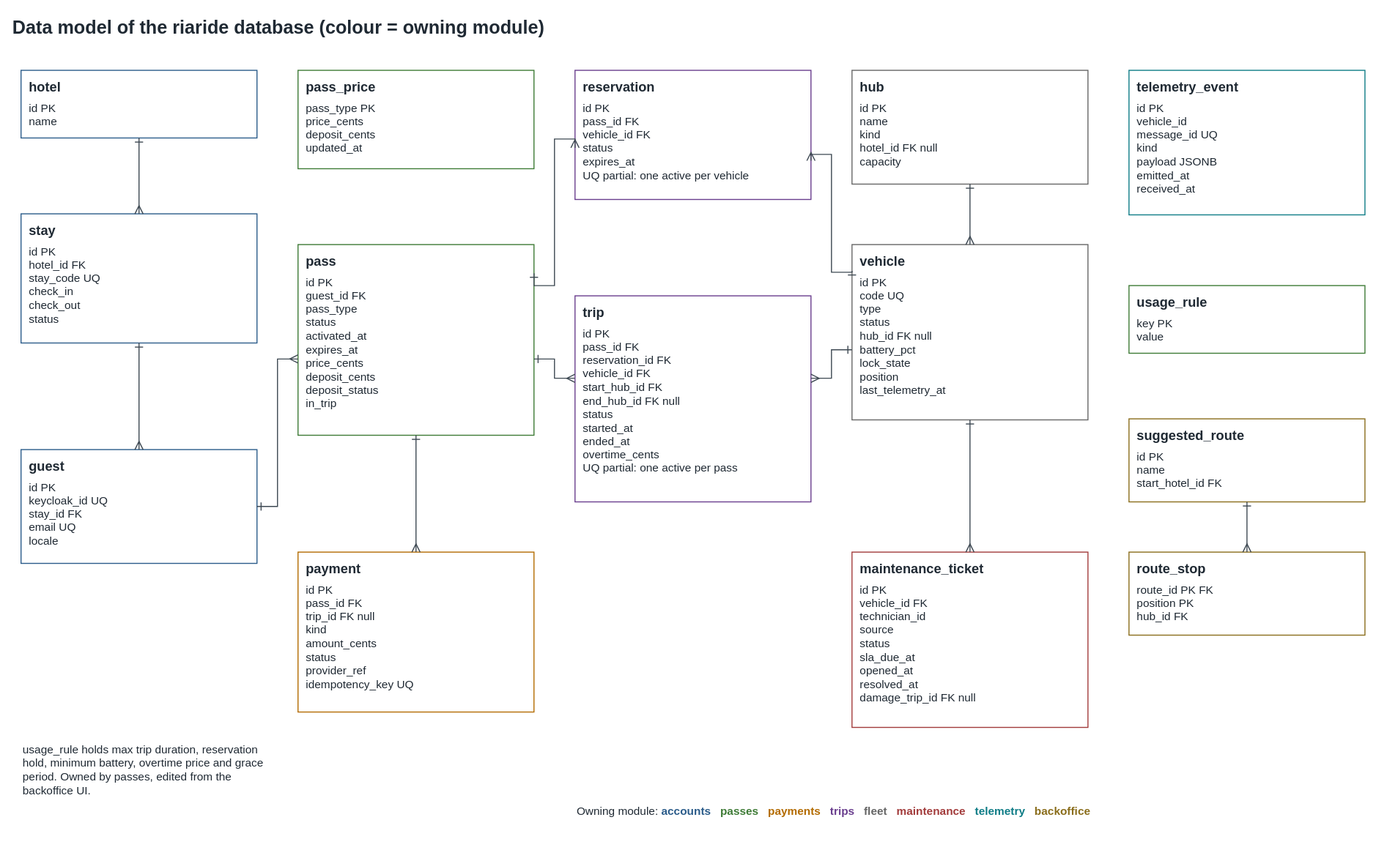
Earlier version of the draw.io export docs/architecture/diagrams/04-data-model.drawio.svg (TQS-RiaRide/RIARide). Source tidied: cells renumbered, new cells last; positions are measured from the earlier drawing's top-left corner, leaving out a move shared by most shapes. Its diagram source:
```xml
<mxGraphModel background="#FFFFFF">
  <root>
    <mxCell id="0" />
    <mxCell id="1" parent="0" />
    <mxCell id="2" value="Data model of the riaride database (colour = owning module)" style="html=1;whiteSpace=wrap;fontFamily=Helvetica;fontSize=12;fontColor=#1F2933;text;fillColor=none;strokeColor=none;align=left;fontSize=18;fontStyle=1;" parent="1" vertex="1">
      <mxGeometry width="1320" height="34" as="geometry" />
    </mxCell>
    <mxCell id="3" value="&lt;b style='font-size:13px'&gt;hotel&lt;/b&gt;&lt;div style='height:6px'&gt;&lt;/div&gt;id PK&lt;br&gt;name" style="html=1;whiteSpace=wrap;fontFamily=Helvetica;fontSize=12;fontColor=#1F2933;rounded=0;align=left;verticalAlign=top;spacingLeft=6;spacingTop=2;fontSize=11;fillColor=#FFFFFF;strokeColor=#2B5C8A;" parent="1" vertex="1">
      <mxGeometry x="10" y="58" width="230" height="66" as="geometry" />
    </mxCell>
    <mxCell id="4" value="&lt;b style='font-size:13px'&gt;stay&lt;/b&gt;&lt;div style='height:6px'&gt;&lt;/div&gt;id PK&lt;br&gt;hotel_id FK&lt;br&gt;stay_code UQ&lt;br&gt;check_in&lt;br&gt;check_out&lt;br&gt;status" style="html=1;whiteSpace=wrap;fontFamily=Helvetica;fontSize=12;fontColor=#1F2933;rounded=0;align=left;verticalAlign=top;spacingLeft=6;spacingTop=2;fontSize=11;fillColor=#FFFFFF;strokeColor=#2B5C8A;" parent="1" vertex="1">
      <mxGeometry x="10" y="198" width="230" height="126" as="geometry" />
    </mxCell>
    <mxCell id="5" value="&lt;b style='font-size:13px'&gt;guest&lt;/b&gt;&lt;div style='height:6px'&gt;&lt;/div&gt;id PK&lt;br&gt;keycloak_id UQ&lt;br&gt;stay_id FK&lt;br&gt;email UQ&lt;br&gt;locale" style="html=1;whiteSpace=wrap;fontFamily=Helvetica;fontSize=12;fontColor=#1F2933;rounded=0;align=left;verticalAlign=top;spacingLeft=6;spacingTop=2;fontSize=11;fillColor=#FFFFFF;strokeColor=#2B5C8A;" parent="1" vertex="1">
      <mxGeometry x="10" y="428" width="230" height="111" as="geometry" />
    </mxCell>
    <mxCell id="6" value="&lt;b style='font-size:13px'&gt;pass_price&lt;/b&gt;&lt;div style='height:6px'&gt;&lt;/div&gt;pass_type PK&lt;br&gt;price_cents&lt;br&gt;deposit_cents&lt;br&gt;updated_at" style="html=1;whiteSpace=wrap;fontFamily=Helvetica;fontSize=12;fontColor=#1F2933;rounded=0;align=left;verticalAlign=top;spacingLeft=6;spacingTop=2;fontSize=11;fillColor=#FFFFFF;strokeColor=#3E7B36;" parent="1" vertex="1">
      <mxGeometry x="280" y="58" width="230" height="96" as="geometry" />
    </mxCell>
    <mxCell id="7" value="&lt;b style='font-size:13px'&gt;pass&lt;/b&gt;&lt;div style='height:6px'&gt;&lt;/div&gt;id PK&lt;br&gt;guest_id FK&lt;br&gt;pass_type&lt;br&gt;status&lt;br&gt;activated_at&lt;br&gt;expires_at&lt;br&gt;price_cents&lt;br&gt;deposit_cents&lt;br&gt;deposit_status&lt;br&gt;in_trip" style="html=1;whiteSpace=wrap;fontFamily=Helvetica;fontSize=12;fontColor=#1F2933;rounded=0;align=left;verticalAlign=top;spacingLeft=6;spacingTop=2;fontSize=11;fillColor=#FFFFFF;strokeColor=#3E7B36;" parent="1" vertex="1">
      <mxGeometry x="280" y="228" width="230" height="186" as="geometry" />
    </mxCell>
    <mxCell id="8" value="&lt;b style='font-size:13px'&gt;payment&lt;/b&gt;&lt;div style='height:6px'&gt;&lt;/div&gt;id PK&lt;br&gt;pass_id FK&lt;br&gt;trip_id FK null&lt;br&gt;kind&lt;br&gt;amount_cents&lt;br&gt;status&lt;br&gt;provider_ref&lt;br&gt;idempotency_key UQ" style="html=1;whiteSpace=wrap;fontFamily=Helvetica;fontSize=12;fontColor=#1F2933;rounded=0;align=left;verticalAlign=top;spacingLeft=6;spacingTop=2;fontSize=11;fillColor=#FFFFFF;strokeColor=#B36B00;" parent="1" vertex="1">
      <mxGeometry x="280" y="528" width="230" height="156" as="geometry" />
    </mxCell>
    <mxCell id="9" value="&lt;b style='font-size:13px'&gt;reservation&lt;/b&gt;&lt;div style='height:6px'&gt;&lt;/div&gt;id PK&lt;br&gt;pass_id FK&lt;br&gt;vehicle_id FK&lt;br&gt;status&lt;br&gt;expires_at&lt;br&gt;UQ partial: one active per vehicle" style="html=1;whiteSpace=wrap;fontFamily=Helvetica;fontSize=12;fontColor=#1F2933;rounded=0;align=left;verticalAlign=top;spacingLeft=6;spacingTop=2;fontSize=11;fillColor=#FFFFFF;strokeColor=#6A3E8E;" parent="1" vertex="1">
      <mxGeometry x="550" y="58" width="230" height="126" as="geometry" />
    </mxCell>
    <mxCell id="10" value="&lt;b style='font-size:13px'&gt;trip&lt;/b&gt;&lt;div style='height:6px'&gt;&lt;/div&gt;id PK&lt;br&gt;pass_id FK&lt;br&gt;reservation_id FK&lt;br&gt;vehicle_id FK&lt;br&gt;start_hub_id FK&lt;br&gt;end_hub_id FK null&lt;br&gt;status&lt;br&gt;started_at&lt;br&gt;ended_at&lt;br&gt;overtime_cents&lt;br&gt;UQ partial: one active per pass" style="html=1;whiteSpace=wrap;fontFamily=Helvetica;fontSize=12;fontColor=#1F2933;rounded=0;align=left;verticalAlign=top;spacingLeft=6;spacingTop=2;fontSize=11;fillColor=#FFFFFF;strokeColor=#6A3E8E;" parent="1" vertex="1">
      <mxGeometry x="550" y="278" width="230" height="201" as="geometry" />
    </mxCell>
    <mxCell id="11" value="&lt;b style='font-size:13px'&gt;hub&lt;/b&gt;&lt;div style='height:6px'&gt;&lt;/div&gt;id PK&lt;br&gt;name&lt;br&gt;kind&lt;br&gt;hotel_id FK null&lt;br&gt;capacity" style="html=1;whiteSpace=wrap;fontFamily=Helvetica;fontSize=12;fontColor=#1F2933;rounded=0;align=left;verticalAlign=top;spacingLeft=6;spacingTop=2;fontSize=11;fillColor=#FFFFFF;strokeColor=#666666;" parent="1" vertex="1">
      <mxGeometry x="820" y="58" width="230" height="111" as="geometry" />
    </mxCell>
    <mxCell id="12" value="&lt;b style='font-size:13px'&gt;vehicle&lt;/b&gt;&lt;div style='height:6px'&gt;&lt;/div&gt;id PK&lt;br&gt;code UQ&lt;br&gt;type&lt;br&gt;status&lt;br&gt;hub_id FK null&lt;br&gt;battery_pct&lt;br&gt;lock_state&lt;br&gt;position&lt;br&gt;last_telemetry_at" style="html=1;whiteSpace=wrap;fontFamily=Helvetica;fontSize=12;fontColor=#1F2933;rounded=0;align=left;verticalAlign=top;spacingLeft=6;spacingTop=2;fontSize=11;fillColor=#FFFFFF;strokeColor=#666666;" parent="1" vertex="1">
      <mxGeometry x="820" y="228" width="230" height="171" as="geometry" />
    </mxCell>
    <mxCell id="13" value="&lt;b style='font-size:13px'&gt;maintenance_ticket&lt;/b&gt;&lt;div style='height:6px'&gt;&lt;/div&gt;id PK&lt;br&gt;vehicle_id FK&lt;br&gt;technician_id&lt;br&gt;source&lt;br&gt;status&lt;br&gt;sla_due_at&lt;br&gt;opened_at&lt;br&gt;resolved_at&lt;br&gt;damage_trip_id FK null" style="html=1;whiteSpace=wrap;fontFamily=Helvetica;fontSize=12;fontColor=#1F2933;rounded=0;align=left;verticalAlign=top;spacingLeft=6;spacingTop=2;fontSize=11;fillColor=#FFFFFF;strokeColor=#A23B3B;" parent="1" vertex="1">
      <mxGeometry x="820" y="528" width="230" height="171" as="geometry" />
    </mxCell>
    <mxCell id="14" value="&lt;b style='font-size:13px'&gt;telemetry_event&lt;/b&gt;&lt;div style='height:6px'&gt;&lt;/div&gt;id PK&lt;br&gt;vehicle_id&lt;br&gt;message_id UQ&lt;br&gt;kind&lt;br&gt;payload JSONB&lt;br&gt;emitted_at&lt;br&gt;received_at" style="html=1;whiteSpace=wrap;fontFamily=Helvetica;fontSize=12;fontColor=#1F2933;rounded=0;align=left;verticalAlign=top;spacingLeft=6;spacingTop=2;fontSize=11;fillColor=#FFFFFF;strokeColor=#0E7C86;" parent="1" vertex="1">
      <mxGeometry x="1090" y="58" width="230" height="141" as="geometry" />
    </mxCell>
    <mxCell id="15" value="&lt;b style='font-size:13px'&gt;usage_rule&lt;/b&gt;&lt;div style='height:6px'&gt;&lt;/div&gt;key PK&lt;br&gt;value" style="html=1;whiteSpace=wrap;fontFamily=Helvetica;fontSize=12;fontColor=#1F2933;rounded=0;align=left;verticalAlign=top;spacingLeft=6;spacingTop=2;fontSize=11;fillColor=#FFFFFF;strokeColor=#3E7B36;" parent="1" vertex="1">
      <mxGeometry x="1090" y="268" width="230" height="66" as="geometry" />
    </mxCell>
    <mxCell id="16" value="&lt;b style='font-size:13px'&gt;suggested_route&lt;/b&gt;&lt;div style='height:6px'&gt;&lt;/div&gt;id PK&lt;br&gt;name&lt;br&gt;start_hotel_id FK" style="html=1;whiteSpace=wrap;fontFamily=Helvetica;fontSize=12;fontColor=#1F2933;rounded=0;align=left;verticalAlign=top;spacingLeft=6;spacingTop=2;fontSize=11;fillColor=#FFFFFF;strokeColor=#8A6D1B;" parent="1" vertex="1">
      <mxGeometry x="1090" y="398" width="230" height="81" as="geometry" />
    </mxCell>
    <mxCell id="17" value="&lt;b style='font-size:13px'&gt;route_stop&lt;/b&gt;&lt;div style='height:6px'&gt;&lt;/div&gt;route_id PK FK&lt;br&gt;position PK&lt;br&gt;hub_id FK" style="html=1;whiteSpace=wrap;fontFamily=Helvetica;fontSize=12;fontColor=#1F2933;rounded=0;align=left;verticalAlign=top;spacingLeft=6;spacingTop=2;fontSize=11;fillColor=#FFFFFF;strokeColor=#8A6D1B;" parent="1" vertex="1">
      <mxGeometry x="1090" y="528" width="230" height="81" as="geometry" />
    </mxCell>
    <mxCell id="18" style="html=1;endArrow=block;endFill=1;strokeColor=#3D4852;fontFamily=Helvetica;fontSize=11;fontColor=#1F2933;labelBackgroundColor=#FFFFFF;rounded=0;edgeStyle=orthogonalEdgeStyle;endArrow=ERmany;startArrow=ERone;endFill=0;startFill=0;" parent="1" edge="1" source="3" target="4">
      <mxGeometry relative="1" as="geometry" />
    </mxCell>
    <mxCell id="19" style="html=1;endArrow=block;endFill=1;strokeColor=#3D4852;fontFamily=Helvetica;fontSize=11;fontColor=#1F2933;labelBackgroundColor=#FFFFFF;rounded=0;edgeStyle=orthogonalEdgeStyle;endArrow=ERmany;startArrow=ERone;endFill=0;startFill=0;" parent="1" edge="1" source="4" target="5">
      <mxGeometry relative="1" as="geometry" />
    </mxCell>
    <mxCell id="20" style="html=1;endArrow=block;endFill=1;strokeColor=#3D4852;fontFamily=Helvetica;fontSize=11;fontColor=#1F2933;labelBackgroundColor=#FFFFFF;rounded=0;edgeStyle=orthogonalEdgeStyle;endArrow=ERmany;startArrow=ERone;endFill=0;startFill=0;exitX=1;exitY=0.5;exitDx=0;exitDy=0;exitPerimeter=0;entryX=0;entryY=0.6;entryDx=0;entryDy=0;entryPerimeter=0;" parent="1" edge="1" source="5" target="7">
      <mxGeometry relative="1" as="geometry" />
    </mxCell>
    <mxCell id="21" style="html=1;endArrow=block;endFill=1;strokeColor=#3D4852;fontFamily=Helvetica;fontSize=11;fontColor=#1F2933;labelBackgroundColor=#FFFFFF;rounded=0;edgeStyle=orthogonalEdgeStyle;endArrow=ERmany;startArrow=ERone;endFill=0;startFill=0;" parent="1" edge="1" source="7" target="8">
      <mxGeometry relative="1" as="geometry" />
    </mxCell>
    <mxCell id="22" style="html=1;endArrow=block;endFill=1;strokeColor=#3D4852;fontFamily=Helvetica;fontSize=11;fontColor=#1F2933;labelBackgroundColor=#FFFFFF;rounded=0;edgeStyle=orthogonalEdgeStyle;endArrow=ERmany;startArrow=ERone;endFill=0;startFill=0;exitX=1;exitY=0.15;exitDx=0;exitDy=0;exitPerimeter=0;entryX=0;entryY=0.6;entryDx=0;entryDy=0;entryPerimeter=0;" parent="1" edge="1" source="7" target="9">
      <mxGeometry relative="1" as="geometry">
        <Array as="points">
          <mxPoint x="530" y="268" />
          <mxPoint x="530" y="125" />
        </Array>
      </mxGeometry>
    </mxCell>
    <mxCell id="23" style="html=1;endArrow=block;endFill=1;strokeColor=#3D4852;fontFamily=Helvetica;fontSize=11;fontColor=#1F2933;labelBackgroundColor=#FFFFFF;rounded=0;edgeStyle=orthogonalEdgeStyle;endArrow=ERmany;startArrow=ERone;endFill=0;startFill=0;exitX=1;exitY=0.6;exitDx=0;exitDy=0;exitPerimeter=0;entryX=0;entryY=0.4;entryDx=0;entryDy=0;entryPerimeter=0;" parent="1" edge="1" source="7" target="10">
      <mxGeometry relative="1" as="geometry" />
    </mxCell>
    <mxCell id="24" style="html=1;endArrow=block;endFill=1;strokeColor=#3D4852;fontFamily=Helvetica;fontSize=11;fontColor=#1F2933;labelBackgroundColor=#FFFFFF;rounded=0;edgeStyle=orthogonalEdgeStyle;endArrow=ERmany;startArrow=ERone;endFill=0;startFill=0;" parent="1" edge="1" source="11" target="12">
      <mxGeometry relative="1" as="geometry" />
    </mxCell>
    <mxCell id="25" style="html=1;endArrow=block;endFill=1;strokeColor=#3D4852;fontFamily=Helvetica;fontSize=11;fontColor=#1F2933;labelBackgroundColor=#FFFFFF;rounded=0;edgeStyle=orthogonalEdgeStyle;endArrow=ERmany;startArrow=ERone;endFill=0;startFill=0;exitX=0;exitY=0.15;exitDx=0;exitDy=0;exitPerimeter=0;entryX=1;entryY=0.7;entryDx=0;entryDy=0;entryPerimeter=0;" parent="1" edge="1" source="12" target="9">
      <mxGeometry relative="1" as="geometry">
        <Array as="points">
          <mxPoint x="800" y="255" />
          <mxPoint x="800" y="140" />
        </Array>
      </mxGeometry>
    </mxCell>
    <mxCell id="26" style="html=1;endArrow=block;endFill=1;strokeColor=#3D4852;fontFamily=Helvetica;fontSize=11;fontColor=#1F2933;labelBackgroundColor=#FFFFFF;rounded=0;edgeStyle=orthogonalEdgeStyle;endArrow=ERmany;startArrow=ERone;endFill=0;startFill=0;exitX=0;exitY=0.6;exitDx=0;exitDy=0;exitPerimeter=0;entryX=1;entryY=0.4;entryDx=0;entryDy=0;entryPerimeter=0;" parent="1" edge="1" source="12" target="10">
      <mxGeometry relative="1" as="geometry" />
    </mxCell>
    <mxCell id="27" style="html=1;endArrow=block;endFill=1;strokeColor=#3D4852;fontFamily=Helvetica;fontSize=11;fontColor=#1F2933;labelBackgroundColor=#FFFFFF;rounded=0;edgeStyle=orthogonalEdgeStyle;endArrow=ERmany;startArrow=ERone;endFill=0;startFill=0;" parent="1" edge="1" source="12" target="13">
      <mxGeometry relative="1" as="geometry" />
    </mxCell>
    <mxCell id="28" style="html=1;endArrow=block;endFill=1;strokeColor=#3D4852;fontFamily=Helvetica;fontSize=11;fontColor=#1F2933;labelBackgroundColor=#FFFFFF;rounded=0;edgeStyle=orthogonalEdgeStyle;endArrow=ERmany;startArrow=ERone;endFill=0;startFill=0;" parent="1" edge="1" source="16" target="17">
      <mxGeometry relative="1" as="geometry" />
    </mxCell>
    <mxCell id="29" value="usage_rule holds max trip duration, reservation hold, minimum battery, overtime price and grace period. Owned by passes, edited from the backoffice UI." style="html=1;whiteSpace=wrap;fontFamily=Helvetica;fontSize=12;fontColor=#1F2933;text;fillColor=none;strokeColor=none;align=left;verticalAlign=top;fontSize=11;" parent="1" vertex="1">
      <mxGeometry x="10" y="708" width="240" height="90" as="geometry" />
    </mxCell>
    <mxCell id="30" value="Owning module: &lt;b style='color:#2B5C8A'&gt;accounts&lt;/b&gt; &amp;nbsp; &lt;b style='color:#3E7B36'&gt;passes&lt;/b&gt; &amp;nbsp; &lt;b style='color:#B36B00'&gt;payments&lt;/b&gt; &amp;nbsp; &lt;b style='color:#6A3E8E'&gt;trips&lt;/b&gt; &amp;nbsp; &lt;b style='color:#666666'&gt;fleet&lt;/b&gt; &amp;nbsp; &lt;b style='color:#A23B3B'&gt;maintenance&lt;/b&gt; &amp;nbsp; &lt;b style='color:#0E7C86'&gt;telemetry&lt;/b&gt; &amp;nbsp; &lt;b style='color:#8A6D1B'&gt;backoffice&lt;/b&gt;" style="html=1;whiteSpace=wrap;fontFamily=Helvetica;fontSize=12;fontColor=#1F2933;text;fillColor=none;strokeColor=none;align=left;verticalAlign=top;fontSize=11;" parent="1" vertex="1">
      <mxGeometry x="550" y="768" width="760" height="30" as="geometry" />
    </mxCell>
  </root>
</mxGraphModel>
```
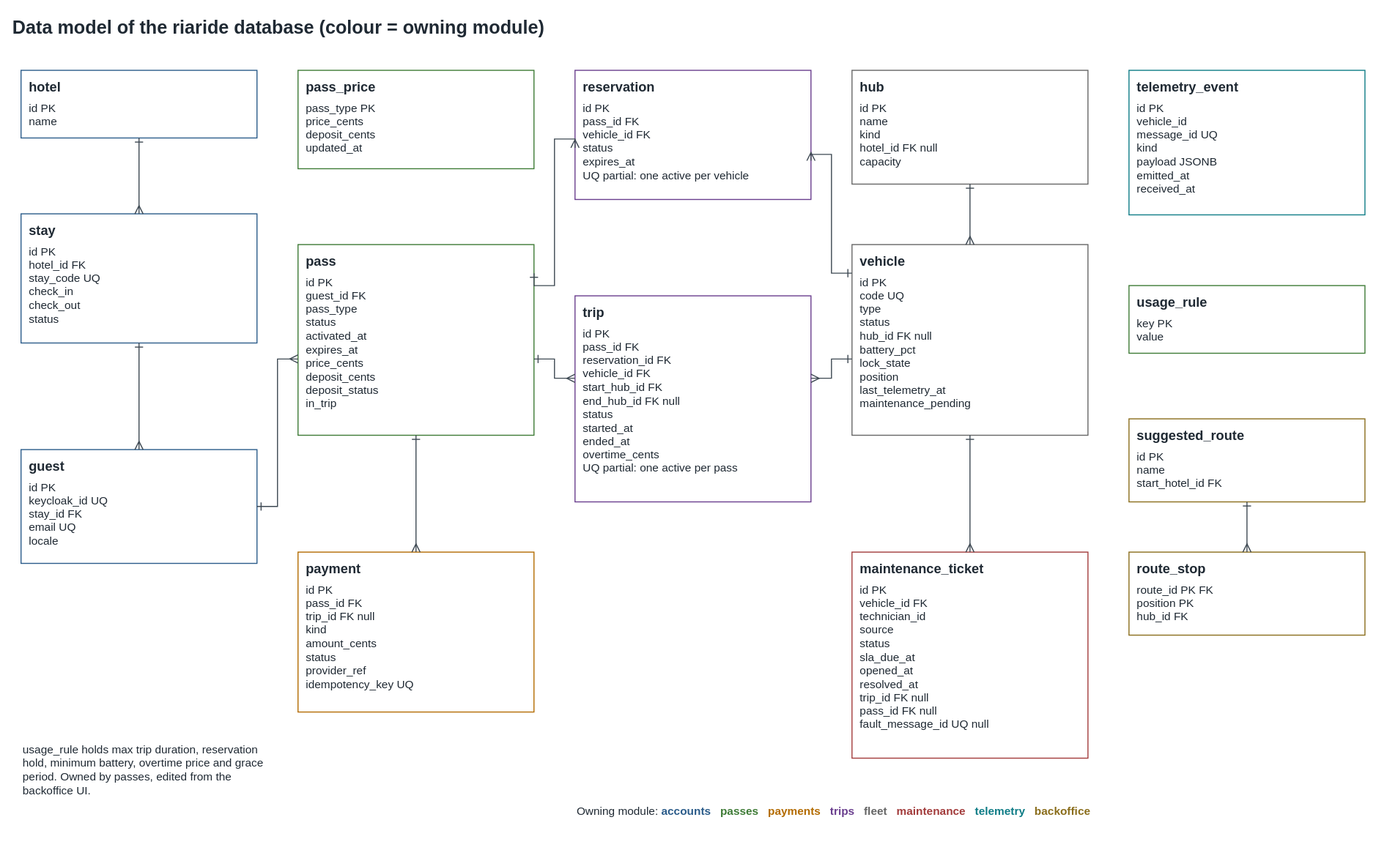
Above is the later version.

Commit message:
docs: RIA-10 RIA-11 handle vehicle faults without a module cycle

Change to the diagram source:
```diff
@@ -32,11 +32,11 @@
     <mxCell id="11" value="&lt;b style='font-size:13px'&gt;hub&lt;/b&gt;&lt;div style='height:6px'&gt;&lt;/div&gt;id PK&lt;br&gt;name&lt;br&gt;kind&lt;br&gt;hotel_id FK null&lt;br&gt;capacity" style="html=1;whiteSpace=wrap;fontFamily=Helvetica;fontSize=12;fontColor=#1F2933;rounded=0;align=left;verticalAlign=top;spacingLeft=6;spacingTop=2;fontSize=11;fillColor=#FFFFFF;strokeColor=#666666;" parent="1" vertex="1">
       <mxGeometry x="820" y="58" width="230" height="111" as="geometry" />
     </mxCell>
-    <mxCell id="12" value="&lt;b style='font-size:13px'&gt;vehicle&lt;/b&gt;&lt;div style='height:6px'&gt;&lt;/div&gt;id PK&lt;br&gt;code UQ&lt;br&gt;type&lt;br&gt;status&lt;br&gt;hub_id FK null&lt;br&gt;battery_pct&lt;br&gt;lock_state&lt;br&gt;position&lt;br&gt;last_telemetry_at" style="html=1;whiteSpace=wrap;fontFamily=Helvetica;fontSize=12;fontColor=#1F2933;rounded=0;align=left;verticalAlign=top;spacingLeft=6;spacingTop=2;fontSize=11;fillColor=#FFFFFF;strokeColor=#666666;" parent="1" vertex="1">
-      <mxGeometry x="820" y="228" width="230" height="171" as="geometry" />
+    <mxCell id="12" value="&lt;b style='font-size:13px'&gt;vehicle&lt;/b&gt;&lt;div style='height:6px'&gt;&lt;/div&gt;id PK&lt;br&gt;code UQ&lt;br&gt;type&lt;br&gt;status&lt;br&gt;hub_id FK null&lt;br&gt;battery_pct&lt;br&gt;lock_state&lt;br&gt;position&lt;br&gt;last_telemetry_at&lt;br&gt;maintenance_pending" style="html=1;whiteSpace=wrap;fontFamily=Helvetica;fontSize=12;fontColor=#1F2933;rounded=0;align=left;verticalAlign=top;spacingLeft=6;spacingTop=2;fontSize=11;fillColor=#FFFFFF;strokeColor=#666666;" parent="1" vertex="1">
+      <mxGeometry x="820" y="228" width="230" height="186" as="geometry" />
     </mxCell>
-    <mxCell id="13" value="&lt;b style='font-size:13px'&gt;maintenance_ticket&lt;/b&gt;&lt;div style='height:6px'&gt;&lt;/div&gt;id PK&lt;br&gt;vehicle_id FK&lt;br&gt;technician_id&lt;br&gt;source&lt;br&gt;status&lt;br&gt;sla_due_at&lt;br&gt;opened_at&lt;br&gt;resolved_at&lt;br&gt;damage_trip_id FK null" style="html=1;whiteSpace=wrap;fontFamily=Helvetica;fontSize=12;fontColor=#1F2933;rounded=0;align=left;verticalAlign=top;spacingLeft=6;spacingTop=2;fontSize=11;fillColor=#FFFFFF;strokeColor=#A23B3B;" parent="1" vertex="1">
-      <mxGeometry x="820" y="528" width="230" height="171" as="geometry" />
+    <mxCell id="13" value="&lt;b style='font-size:13px'&gt;maintenance_ticket&lt;/b&gt;&lt;div style='height:6px'&gt;&lt;/div&gt;id PK&lt;br&gt;vehicle_id FK&lt;br&gt;technician_id&lt;br&gt;source&lt;br&gt;status&lt;br&gt;sla_due_at&lt;br&gt;opened_at&lt;br&gt;resolved_at&lt;br&gt;trip_id FK null&lt;br&gt;pass_id FK null&lt;br&gt;fault_message_id UQ null" style="html=1;whiteSpace=wrap;fontFamily=Helvetica;fontSize=12;fontColor=#1F2933;rounded=0;align=left;verticalAlign=top;spacingLeft=6;spacingTop=2;fontSize=11;fillColor=#FFFFFF;strokeColor=#A23B3B;" parent="1" vertex="1">
+      <mxGeometry x="820" y="528" width="230" height="201" as="geometry" />
     </mxCell>
     <mxCell id="14" value="&lt;b style='font-size:13px'&gt;telemetry_event&lt;/b&gt;&lt;div style='height:6px'&gt;&lt;/div&gt;id PK&lt;br&gt;vehicle_id&lt;br&gt;message_id UQ&lt;br&gt;kind&lt;br&gt;payload JSONB&lt;br&gt;emitted_at&lt;br&gt;received_at" style="html=1;whiteSpace=wrap;fontFamily=Helvetica;fontSize=12;fontColor=#1F2933;rounded=0;align=left;verticalAlign=top;spacingLeft=6;spacingTop=2;fontSize=11;fillColor=#FFFFFF;strokeColor=#0E7C86;" parent="1" vertex="1">
       <mxGeometry x="1090" y="58" width="230" height="141" as="geometry" />
```
